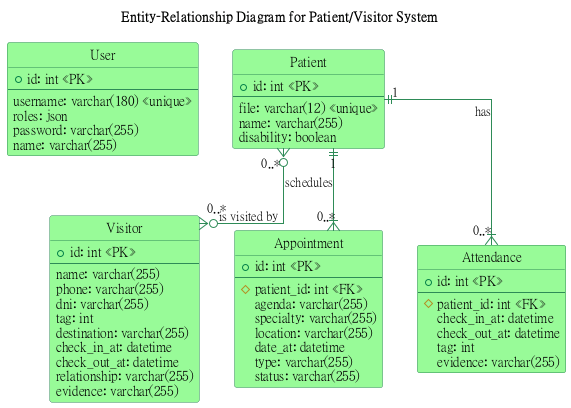
Above: DER.png in genomorro/registro-io (PlantUML), before the change.
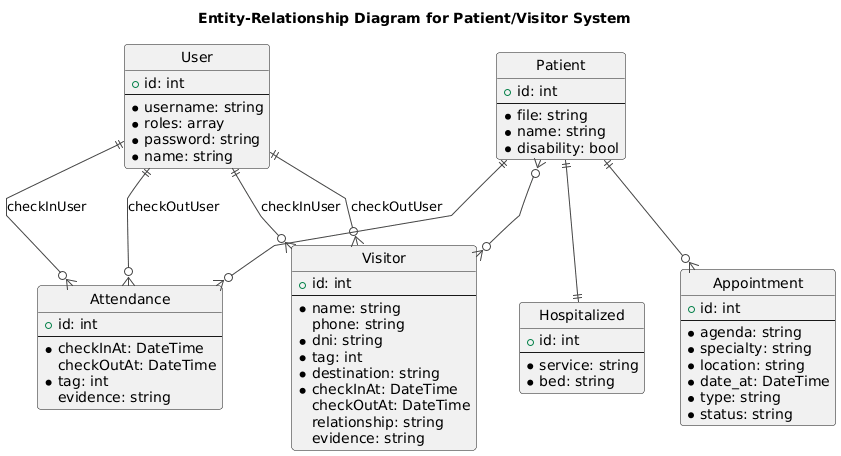
After the change.

What changed in the source:
```diff
@@ -1,73 +1,76 @@
 @startuml
-
+!theme vibrant
 hide circle
-skinparam linetype ortho
-skinparam shadowing false
-skinparam roundCorner 5
-skinparam defaultFontName "Roboto, Helvetica"
-skinparam class {
-    BackgroundColor PaleGreen
-    ArrowColor SeaGreen
-    BorderColor SeaGreen
-}
+skinparam linetype polyline
 
 title Entity-Relationship Diagram for Patient/Visitor System
 
 entity "User" as user {
-  + id: int <<PK>>
+  + id: int
   --
-  username: varchar(180) <<unique>>
-  roles: json
-  password: varchar(255)
-  name: varchar(255)
+  * username: string
+  * roles: array
+  * password: string
+  * name: string
 }
 
 entity "Patient" as patient {
-  + id: int <<PK>>
+  + id: int
   --
-  file: varchar(12) <<unique>>
-  name: varchar(255)
-  disability: boolean
+  * file: string
+  * name: string
+  * disability: bool
+}
+
+entity "Hospitalized" as hospitalized {
+  + id: int
+  --
+  * service: string
+  * bed: string
 }
 
 entity "Visitor" as visitor {
-  + id: int <<PK>>
+  + id: int
   --
-  name: varchar(255)
-  phone: varchar(255)
-  dni: varchar(255)
-  tag: int
-  destination: varchar(255)
-  check_in_at: datetime
-  check_out_at: datetime
-  relationship: varchar(255)
-  evidence: varchar(255)
+  * name: string
+  phone: string
+  * dni: string
+  * tag: int
+  * destination: string
+  * checkInAt: DateTime
+  checkOutAt: DateTime
+  relationship: string
+  evidence: string
 }
 
 entity "Appointment" as appointment {
-  + id: int <<PK>>
+  + id: int
   --
-  # patient_id: int <<FK>>
-  agenda: varchar(255)
-  specialty: varchar(255)
-  location: varchar(255)
-  date_at: datetime
-  type: varchar(255)
-  status: varchar(255)
+  * agenda: string
+  * specialty: string
+  * location: string
+  * date_at: DateTime
+  * type: string
+  * status: string
 }
 
 entity "Attendance" as attendance {
-  + id: int <<PK>>
+  + id: int
   --
-  # patient_id: int <<FK>>
-  check_in_at: datetime
-  check_out_at: datetime
-  tag: int
-  evidence: varchar(255)
+  * checkInAt: DateTime
+  checkOutAt: DateTime
+  * tag: int
+  evidence: string
 }
 
-patient "1" ||--|{ "0..*" appointment : "schedules"
-patient "1" ||--|{ "0..*" attendance : "has"
-patient "0..*" }o--o{ "0..*" visitor : "is visited by"
 
+user ||--o{ attendance : "checkInUser"
+user ||--o{ attendance : "checkOutUser"
+user ||--o{ visitor : "checkInUser"
+user ||--o{ visitor : "checkOutUser"
+
+patient ||--o{ appointment
+patient ||--o{ attendance
+patient }o--o{ visitor
+patient ||--|| hospitalized
 @enduml
```
